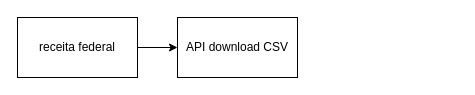
This is Diagrama sem nome.drawio from fabiofachini/receita-federal, a draw.io file, before an edit. Source tidied: cells renumbered, new cells numbered last; positions are measured from the earlier drawing's top-left corner, leaving out a move shared by most shapes. Both pictures are drawn from the tidied source at 100%, with x=0, y=0 at pixel (17, 17).
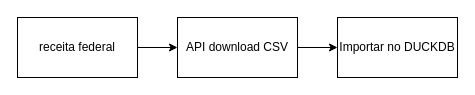
The same page after the edit.

Diff of the diagram source:
```diff
@@
 <mxGraphModel>
   <root>
     <mxCell id="0" />
     <mxCell id="1" parent="0" />
     <mxCell id="2" style="edgeStyle=orthogonalEdgeStyle;rounded=0;jettySize=auto;html=1;" parent="1" edge="1" source="3" target="4">
       <mxGeometry relative="1" as="geometry" />
     </mxCell>
     <mxCell id="3" value="receita federal" style="rounded=0;whiteSpace=wrap;html=1;" parent="1" vertex="1">
       <mxGeometry width="120" height="60" as="geometry" />
     </mxCell>
+    <mxCell id="5" style="edgeStyle=orthogonalEdgeStyle;rounded=0;jettySize=auto;html=1;" parent="1" edge="1" source="4" target="6">
+      <mxGeometry relative="1" as="geometry" />
+    </mxCell>
     <mxCell id="4" value="API download CSV" style="rounded=0;whiteSpace=wrap;html=1;" parent="1" vertex="1">
       <mxGeometry x="160" width="120" height="60" as="geometry" />
     </mxCell>
+    <mxCell id="6" value="Importar no DUCKDB" style="rounded=0;whiteSpace=wrap;html=1;" parent="1" vertex="1">
+      <mxGeometry x="320" width="120" height="60" as="geometry" />
+    </mxCell>
   </root>
 </mxGraphModel>
```
